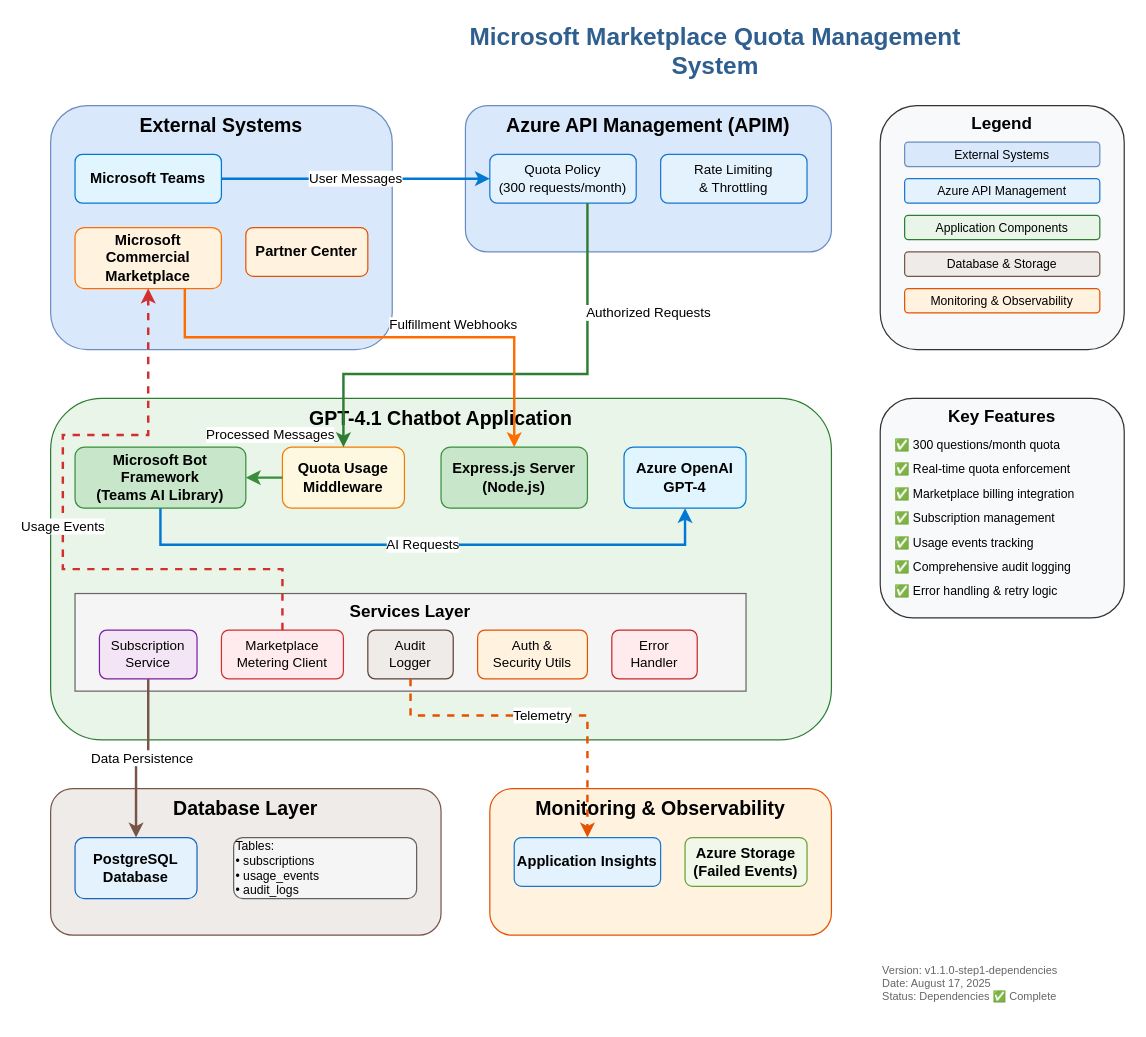
The draw.io diagram docs/architecture-diagram.drawio in michel-heon/chatbottez-gpt-4.1, before the edit. Source tidied: cells renumbered, new cells numbered last; positions are measured from the earlier drawing's top-left corner, leaving out a move shared by most shapes. Both pictures are drawn from the tidied source at 122%, with x=0, y=0 at pixel (50, 32).
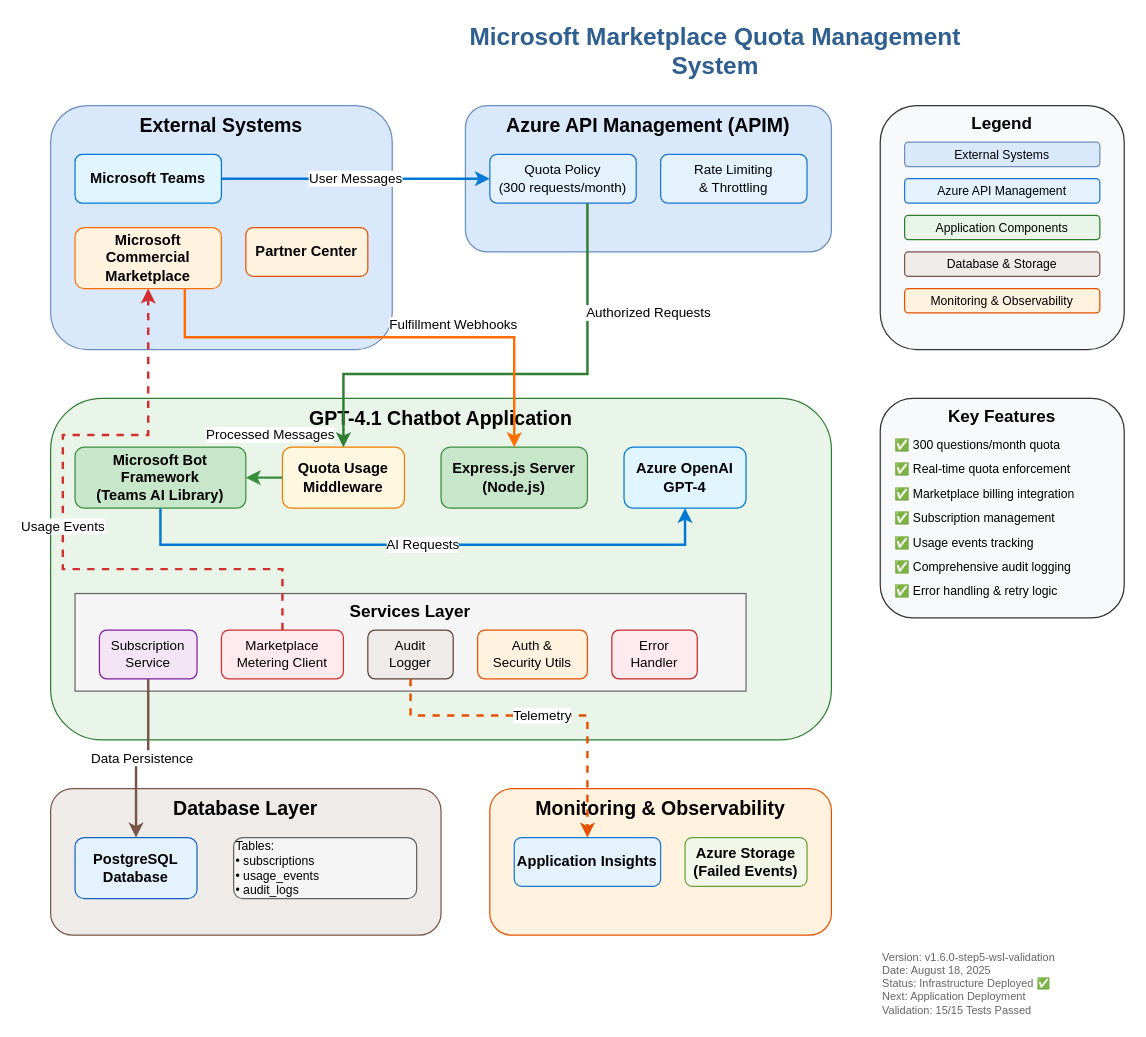
The same diagram, later.

What changed in the source:
```diff
@@
-    <mxCell id="49" value="Version: v1.1.0-step1-dependencies&#10;Date: August 17, 2025&#10;Status: Dependencies ✅ Complete" style="text;html=1;strokeColor=none;fillColor=none;align=left;verticalAlign=middle;whiteSpace=wrap;rounded=0;fontSize=9;fontColor=#666666;" parent="1" vertex="1">
+    <mxCell id="49" value="Version: v1.6.0-step5-wsl-validation&#10;Date: August 18, 2025&#10;Status: Infrastructure Deployed ✅&#10;Next: Application Deployment&#10;Validation: 15/15 Tests Passed" style="text;html=1;strokeColor=none;fillColor=none;align=left;verticalAlign=middle;whiteSpace=wrap;rounded=0;fontSize=9;fontColor=#666666;" parent="1" vertex="1">
       <mxGeometry x="680" y="760" width="200" height="40" as="geometry" />
     </mxCell>
```
